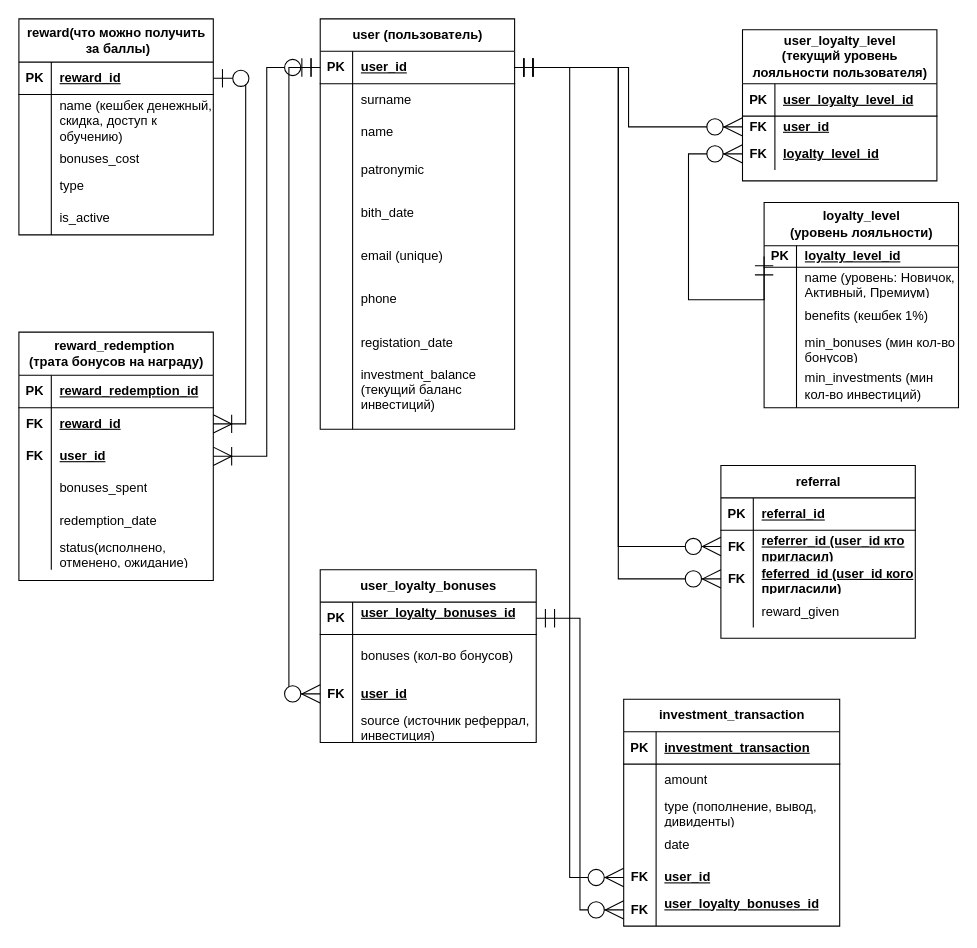
Before: ER/ER.drawio in 404-veronika/testsystemanalitic, a draw.io diagram. Source tidied: cells renumbered, new cells numbered last; positions are measured from the earlier drawing's top-left corner, leaving out a move shared by most shapes. Both pictures are drawn from the tidied source at 108%, with x=0, y=0 at pixel (18, 18).
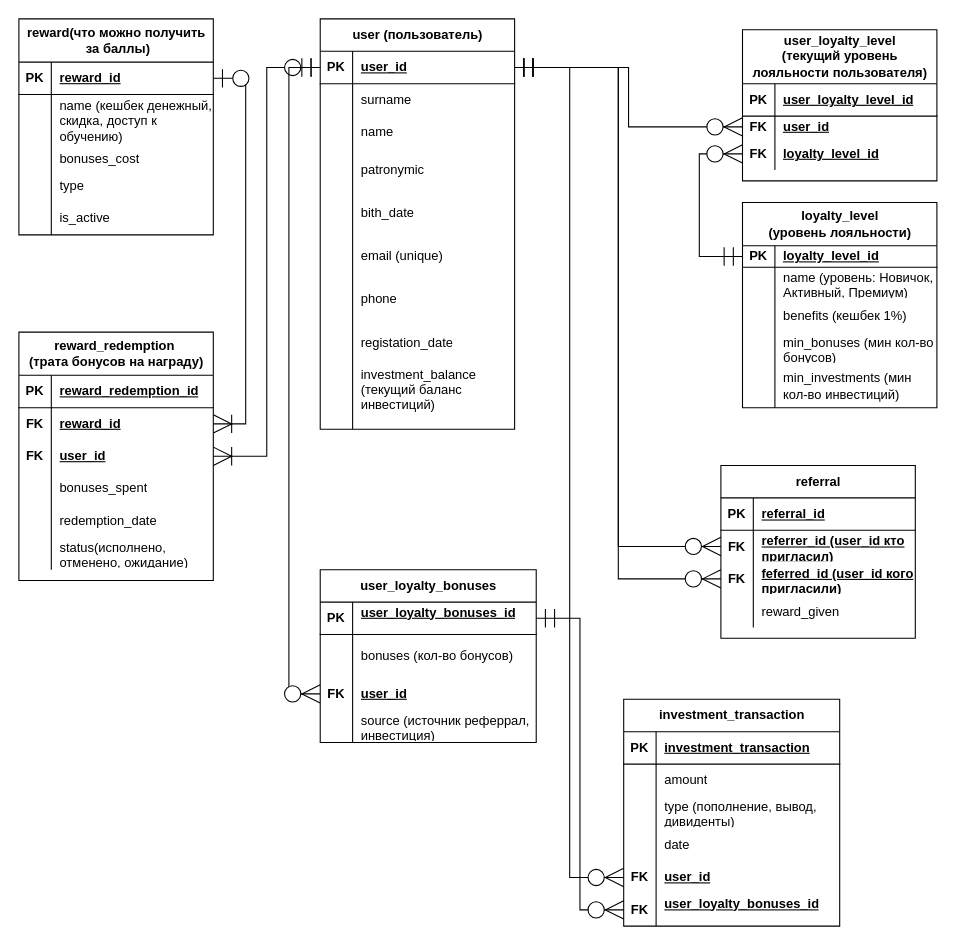
Above is the later version.

Commit message (it also covers changes not shown here):
add bpmn diagram

Unchanged cells that the change refers to:
```xml
<mxCell id="31" style="shape=tableRow;horizontal=0;startSize=0;swimlaneHead=0;swimlaneBody=0;fillColor=none;points=[[0,0.5],[1,0.5]];portConstraint=eastwest;top=0;left=0;right=0;bottom=1;" parent="30" vertex="1">
  <mxGeometry y="40" width="180" height="20" as="geometry" />
</mxCell>
<mxCell id="138" style="shape=tableRow;horizontal=0;startSize=0;swimlaneHead=0;swimlaneBody=0;fillColor=none;points=[[0,0.5],[1,0.5]];portConstraint=eastwest;top=0;left=0;right=0;bottom=0;" parent="131" vertex="1">
  <mxGeometry y="100" width="180" height="30" as="geometry" />
</mxCell>
```

Change to the diagram source:
```diff
@@
     <mxCell id="30" value="loyalty_level&lt;div&gt;(уровень лояльности)&lt;/div&gt;" style="shape=table;startSize=40;childLayout=tableLayout;rowLines=0;fontStyle=1;align=center;html=1;" parent="1" vertex="1">
-      <mxGeometry x="690" y="170" width="180" height="190" as="geometry" />
+      <mxGeometry x="670" y="170" width="180" height="190" as="geometry" />
     </mxCell>
@@
-    <mxCell id="142" style="edgeStyle=orthogonalEdgeStyle;fontSize=12;html=1;endArrow=ERzeroToMany;startArrow=ERmandOne;rounded=0;startSize=15;endSize=15;exitX=0;exitY=0.5;exitDx=0;exitDy=0;entryX=0;entryY=0.5;entryDx=0;entryDy=0;elbow=vertical;" parent="1" edge="1" source="31" target="138">
+    <mxCell id="142" style="fontSize=12;html=1;endArrow=ERzeroToMany;startArrow=ERmandOne;rounded=0;startSize=15;endSize=15;exitX=0;exitY=0.5;exitDx=0;exitDy=0;entryX=0;entryY=0.5;entryDx=0;entryDy=0;edgeStyle=orthogonalEdgeStyle;" parent="1" edge="1" source="31" target="138">
       <mxGeometry relative="1" as="geometry">
         <Array as="points">
-          <mxPoint x="620" y="260" />
-          <mxPoint x="620" y="125" />
+          <mxPoint x="630" y="220" />
+          <mxPoint x="630" y="125" />
         </Array>
       </mxGeometry>
     </mxCell>
```
